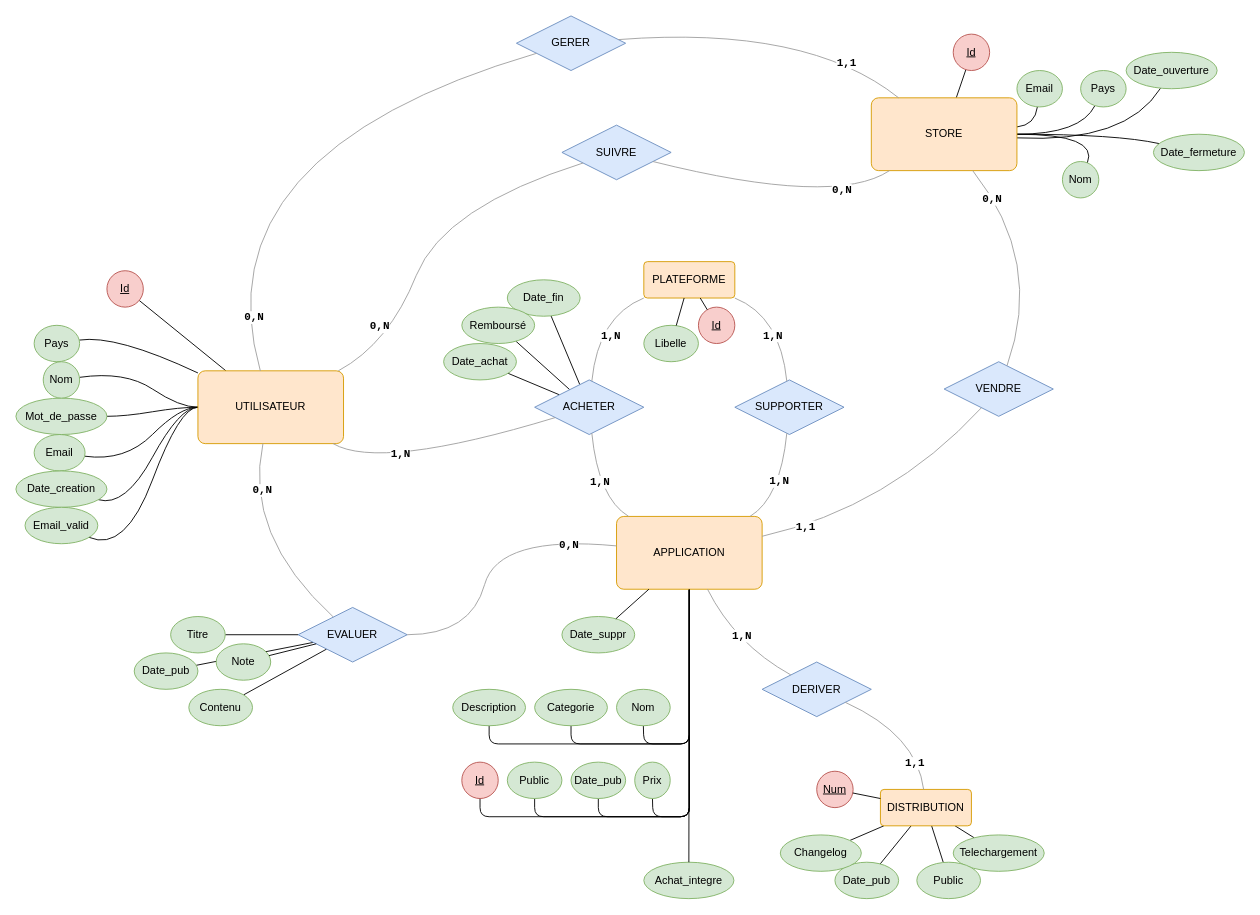
Above: schema.drawio in UVSQ-22400381/projet-bdd (draw.io), before the change. Source tidied: cells renumbered, new cells numbered last; positions are measured from the earlier drawing's top-left corner, leaving out a move shared by most shapes. Both pictures are drawn from the tidied source at 91%, with x=0, y=0 at pixel (15, 15).
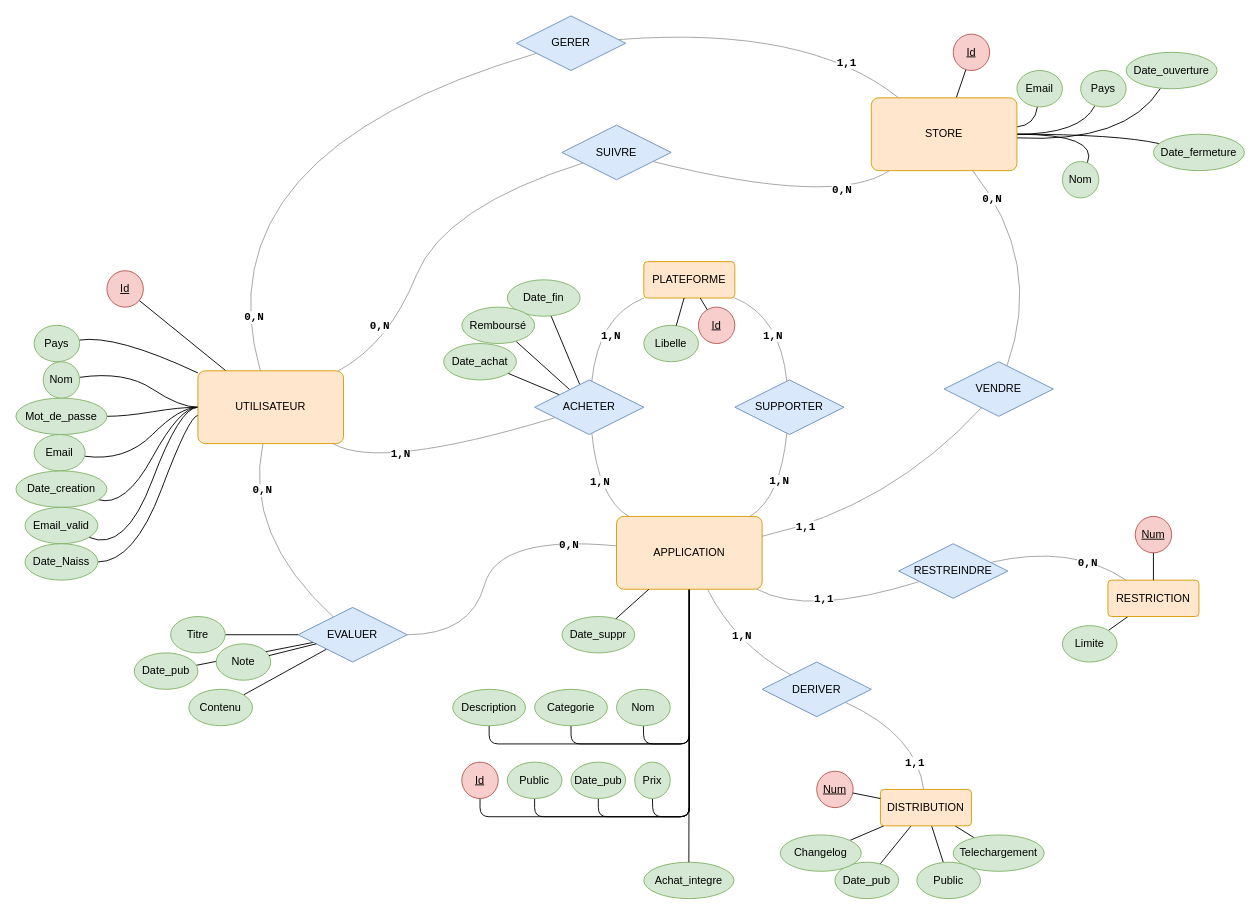
After the change.

Commit message:
Ajout de la restriction sur l'âge

The change refers to these unchanged cells:
```xml
<mxCell id="32" value="UTILISATEUR" style="rounded=1;arcSize=10;whiteSpace=wrap;html=1;align=center;fillColor=#ffe6cc;strokeColor=#d79b00;" parent="1" vertex="1">
  <mxGeometry x="200" y="390" width="160" height="80" as="geometry" />
</mxCell>
<mxCell id="35" value="APPLICATION" style="rounded=1;arcSize=10;whiteSpace=wrap;html=1;align=center;fillColor=#ffe6cc;strokeColor=#d79b00;" parent="1" vertex="1">
  <mxGeometry x="660" y="550" width="160" height="80" as="geometry" />
</mxCell>
```

What changed in the source:
```diff
@@
+    <mxCell id="116" style="endArrow=none;html=1;rounded=0;" parent="1" edge="1" source="121" target="118">
+      <mxGeometry relative="1" as="geometry" />
+    </mxCell>
@@
+    <mxCell id="117" style="endArrow=none;html=1;rounded=0;curved=1;" parent="1" edge="1" source="120" target="32">
+      <mxGeometry relative="1" as="geometry">
+        <Array as="points">
+          <mxPoint x="130" y="600" />
+          <mxPoint x="190" y="440" />
+        </Array>
+      </mxGeometry>
+    </mxCell>
@@
+    <mxCell id="118" value="RESTRICTION" style="rounded=1;arcSize=10;whiteSpace=wrap;html=1;align=center;fillColor=#ffe6cc;strokeColor=#d79b00;" parent="1" vertex="1">
+      <mxGeometry x="1200" y="620" width="100" height="40" as="geometry" />
+    </mxCell>
@@
+    <mxCell id="119" value="RESTREINDRE" style="shape=rhombus;perimeter=rhombusPerimeter;whiteSpace=wrap;html=1;align=center;fillColor=#dae8fc;strokeColor=#6c8ebf;" parent="1" vertex="1">
+      <mxGeometry x="970" y="580" width="120" height="60" as="geometry" />
+    </mxCell>
@@
+    <mxCell id="120" value="Date_Naiss" style="ellipse;whiteSpace=wrap;html=1;align=center;fillColor=#d5e8d4;strokeColor=#82b366;" parent="1" vertex="1">
+      <mxGeometry x="10" y="580" width="80" height="40" as="geometry" />
+    </mxCell>
@@
+    <mxCell id="121" value="Limite" style="ellipse;whiteSpace=wrap;html=1;align=center;fillColor=#d5e8d4;strokeColor=#82b366;" parent="1" vertex="1">
+      <mxGeometry x="1150" y="670" width="60" height="40" as="geometry" />
+    </mxCell>
@@
+    <mxCell id="122" value="Num" style="ellipse;whiteSpace=wrap;html=1;align=center;fontStyle=4;fillColor=#f8cecc;strokeColor=#b85450;" parent="1" vertex="1">
+      <mxGeometry x="1230" y="550" width="40" height="40" as="geometry" />
+    </mxCell>
@@
+    <mxCell id="123" style="endArrow=none;html=1;rounded=0;fontSize=12;startSize=8;endSize=8;curved=1;strokeColor=light-dark(#9F9F9F,#EDEDED);" parent="1" edge="1" source="119" target="35">
+      <mxGeometry relative="1" as="geometry">
+        <Array as="points">
+          <mxPoint x="870" y="660" />
+        </Array>
+      </mxGeometry>
+    </mxCell>
+    <mxCell id="124" value="1,1" style="whiteSpace=wrap;align=right;verticalAlign=bottom;fontFamily=Courier New;fontStyle=1;labelBorderColor=none;html=1;labelBackgroundColor=default;spacingTop=0;spacing=2;textShadow=0;" parent="123" vertex="1">
+      <mxGeometry x="1" relative="1" as="geometry">
+        <mxPoint x="86" y="20" as="offset" />
+      </mxGeometry>
+    </mxCell>
@@
+    <mxCell id="125" style="endArrow=none;html=1;rounded=0;fontSize=12;startSize=8;endSize=8;curved=1;strokeColor=light-dark(#9F9F9F,#EDEDED);" parent="1" edge="1" source="119" target="118">
+      <mxGeometry relative="1" as="geometry">
+        <Array as="points">
+          <mxPoint x="1160" y="580" />
+        </Array>
+      </mxGeometry>
+    </mxCell>
+    <mxCell id="126" value="0,N" style="whiteSpace=wrap;align=right;verticalAlign=bottom;fontFamily=Courier New;fontStyle=1;labelBorderColor=none;html=1;labelBackgroundColor=default;spacingTop=0;spacing=2;textShadow=0;" parent="125" vertex="1">
+      <mxGeometry x="1" relative="1" as="geometry">
+        <mxPoint x="-30" y="-10" as="offset" />
+      </mxGeometry>
+    </mxCell>
@@
+    <mxCell id="127" style="endArrow=none;html=1;rounded=0;" parent="1" edge="1" source="122" target="118">
+      <mxGeometry relative="1" as="geometry" />
+    </mxCell>
```
